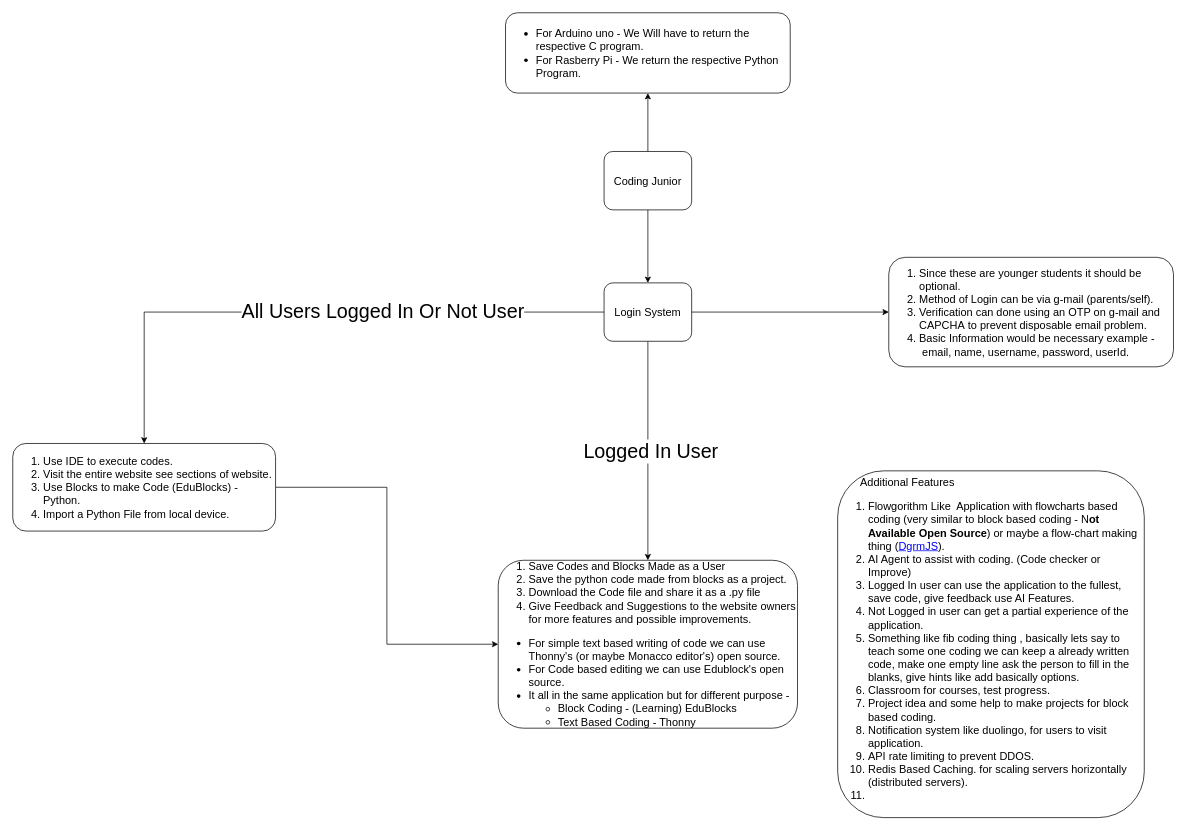
Before: Untitled Diagram.drawio in MishraShardendu22-CP/Draw.io-ShardenduMishra, a draw.io diagram. Source tidied: cells renumbered, new cells numbered last; positions are measured from the earlier drawing's top-left corner, leaving out a move shared by most shapes. Both pictures are drawn from the tidied source at 73%, with x=0, y=0 at pixel (12, 12).
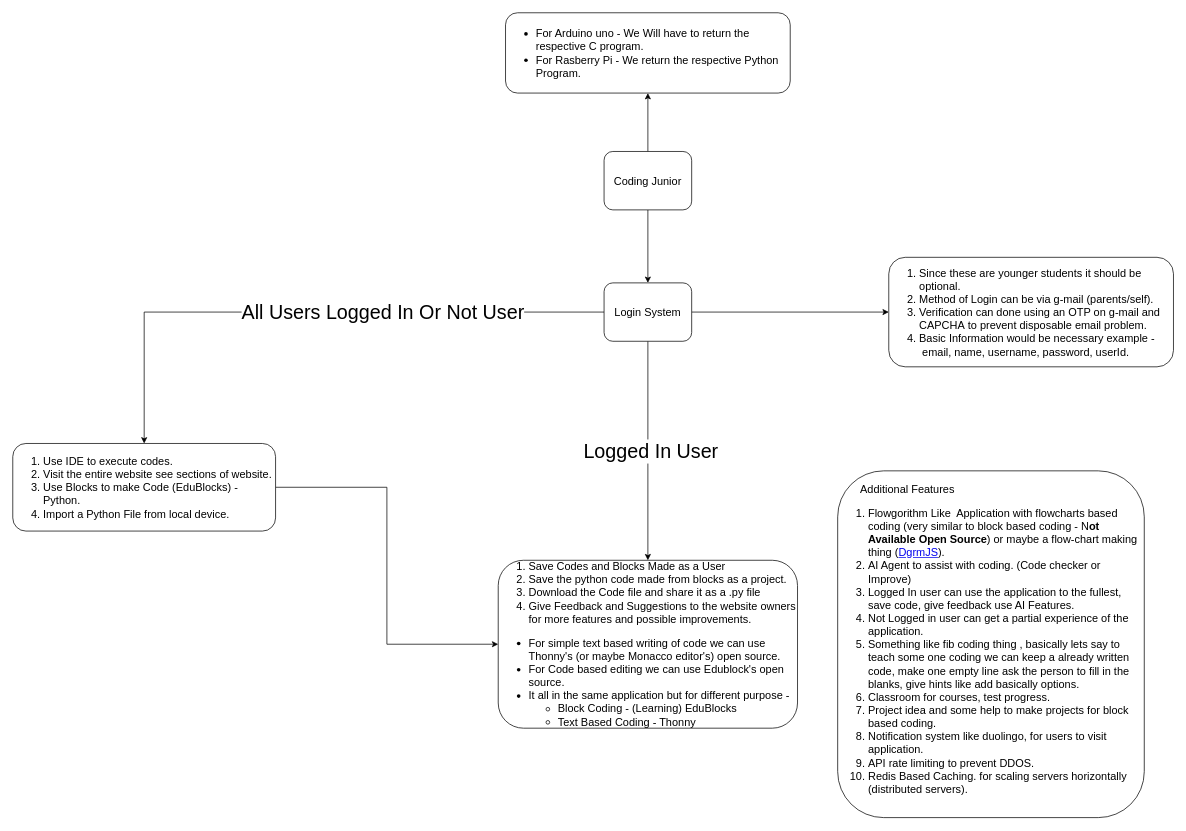
Above is the later version.

The edit, as a diff of the source:
```diff
@@
 <mxGraphModel>
   <root>
     <mxCell id="0" />
     <mxCell id="1" parent="0" />
     <mxCell id="2" style="edgeStyle=orthogonalEdgeStyle;rounded=0;jettySize=auto;html=1;" parent="1" edge="1" source="4" target="10">
       <mxGeometry relative="1" as="geometry" />
     </mxCell>
     <mxCell id="3" style="edgeStyle=orthogonalEdgeStyle;rounded=0;jettySize=auto;html=1;" parent="1" edge="1" source="4" target="15">
       <mxGeometry relative="1" as="geometry" />
     </mxCell>
     <mxCell id="4" value="Coding Junior" style="rounded=1;whiteSpace=wrap;html=1;fontSize=15;" parent="1" vertex="1">
       <mxGeometry x="810" y="190" width="120" height="80" as="geometry" />
     </mxCell>
     <mxCell id="5" style="edgeStyle=orthogonalEdgeStyle;rounded=0;jettySize=auto;html=1;" parent="1" edge="1" source="10" target="11">
       <mxGeometry relative="1" as="geometry" />
     </mxCell>
     <mxCell id="6" style="edgeStyle=orthogonalEdgeStyle;rounded=0;jettySize=auto;html=1;" parent="1" edge="1" source="10" target="12">
       <mxGeometry relative="1" as="geometry" />
     </mxCell>
     <mxCell id="7" value="Logged In User" style="edgeLabel;html=1;align=center;verticalAlign=middle;fontSize=27;" parent="6" vertex="1">
       <mxGeometry y="3" relative="1" as="geometry" />
     </mxCell>
     <mxCell id="8" style="edgeStyle=orthogonalEdgeStyle;rounded=0;jettySize=auto;html=1;" parent="1" edge="1" source="10" target="14">
       <mxGeometry relative="1" as="geometry" />
     </mxCell>
     <mxCell id="9" value="&lt;span style=&quot;font-size: 27px;&quot;&gt;All Users Logged In Or Not User&lt;/span&gt;" style="edgeLabel;html=1;align=center;verticalAlign=middle;" parent="8" vertex="1">
-      <mxGeometry x="-0.25" y="-1" relative="1" as="geometry" />
+      <mxGeometry x="-0.25" y="-1" relative="1" as="geometry">
+        <mxPoint y="1" as="offset" />
+      </mxGeometry>
     </mxCell>
     <mxCell id="10" value="Login System" style="rounded=1;whiteSpace=wrap;html=1;fontSize=15;" parent="1" vertex="1">
       <mxGeometry x="810" y="370" width="120" height="80" as="geometry" />
     </mxCell>
     <mxCell id="11" value="&lt;ol&gt;&lt;li&gt;Since these are younger students it should be optional.&lt;/li&gt;&lt;li&gt;Method of Login can be via g-mail (parents/self).&lt;/li&gt;&lt;li&gt;Verification can done using an OTP on g-mail and CAPCHA&lt;span style=&quot;text-align: center; background-color: transparent; color: light-dark(rgb(0, 0, 0), rgb(255, 255, 255));&quot;&gt;&amp;nbsp;to prevent disposable email problem.&lt;/span&gt;&lt;/li&gt;&lt;li&gt;&lt;span style=&quot;text-align: center; background-color: transparent; color: light-dark(rgb(0, 0, 0), rgb(255, 255, 255));&quot;&gt;Basic Information would be necessary example -&amp;nbsp; &amp;nbsp; &amp;nbsp;email, name, username, password, userId.&lt;/span&gt;&lt;/li&gt;&lt;/ol&gt;" style="rounded=1;whiteSpace=wrap;html=1;fontSize=15;align=left;" parent="1" vertex="1">
       <mxGeometry x="1200" y="335" width="390" height="150" as="geometry" />
     </mxCell>
     <mxCell id="12" value="&lt;ol&gt;&lt;li&gt;Save Codes and Blocks Made as a User&amp;nbsp;&lt;/li&gt;&lt;li&gt;Save the python code made from blocks as a project.&lt;/li&gt;&lt;li&gt;Download the Code file and share it as a .py file&lt;/li&gt;&lt;li&gt;Give Feedback and Suggestions to the website owners for more features and possible improvements.&lt;/li&gt;&lt;/ol&gt;&lt;div&gt;&lt;ul&gt;&lt;li&gt;For simple text based writing of code we can use Thonny's (or maybe Monacco editor's)&amp;nbsp;open source.&lt;/li&gt;&lt;li&gt;For Code based editing we can use Edublock's open source.&lt;/li&gt;&lt;li&gt;It all in the same application but for different purpose -&amp;nbsp;&lt;/li&gt;&lt;ul&gt;&lt;li&gt;Block Coding - (Learning) EduBlocks&lt;/li&gt;&lt;li&gt;Text Based Coding - Thonny&amp;nbsp;&lt;/li&gt;&lt;/ul&gt;&lt;/ul&gt;&lt;/div&gt;" style="whiteSpace=wrap;html=1;fontSize=15;rounded=1;align=left;" parent="1" vertex="1">
       <mxGeometry x="665" y="750" width="410" height="230" as="geometry" />
     </mxCell>
     <mxCell id="13" style="edgeStyle=orthogonalEdgeStyle;rounded=0;jettySize=auto;html=1;entryX=0;entryY=0.5;entryDx=0;entryDy=0;" parent="1" edge="1" source="14" target="12">
       <mxGeometry relative="1" as="geometry" />
     </mxCell>
     <mxCell id="14" value="&lt;ol&gt;&lt;li&gt;Use IDE to execute codes.&lt;/li&gt;&lt;li&gt;Visit the entire website see sections of website.&lt;/li&gt;&lt;li&gt;Use Blocks to make Code (EduBlocks) - Python.&lt;/li&gt;&lt;li&gt;Import a Python File from local device.&lt;/li&gt;&lt;/ol&gt;" style="whiteSpace=wrap;html=1;fontSize=15;rounded=1;align=left;" parent="1" vertex="1">
       <mxGeometry y="590" width="360" height="120" as="geometry" />
     </mxCell>
     <mxCell id="15" value="&lt;ul&gt;&lt;li&gt;For Arduino uno -&amp;nbsp;&lt;span style=&quot;background-color: transparent; color: light-dark(rgb(0, 0, 0), rgb(255, 255, 255));&quot;&gt;We Will have to return the respective C program.&lt;/span&gt;&lt;/li&gt;&lt;li&gt;&lt;span style=&quot;background-color: transparent; color: light-dark(rgb(0, 0, 0), rgb(255, 255, 255));&quot;&gt;For Rasberry Pi - We return the respective Python Program.&amp;nbsp;&lt;/span&gt;&lt;/li&gt;&lt;/ul&gt;" style="rounded=1;whiteSpace=wrap;html=1;fontSize=15;align=left;" parent="1" vertex="1">
       <mxGeometry x="675" width="390" height="110" as="geometry" />
     </mxCell>
-    <mxCell id="16" value="&lt;div&gt;&amp;nbsp; &amp;nbsp; &amp;nbsp; &amp;nbsp;Additional Features&amp;nbsp;&lt;/div&gt;&lt;div&gt;&lt;ol&gt;&lt;li&gt;Flowgorithm Like&amp;nbsp; Application with flowcharts based coding (very similar to block based coding - N&lt;b&gt;ot Available Open Source&lt;/b&gt;) or maybe a flow-chart making thing (&lt;a href=&quot;https://github.com/AlexeyBoiko/DgrmJS&quot;&gt;DgrmJS&lt;/a&gt;).&amp;nbsp;&amp;nbsp;&lt;/li&gt;&lt;li&gt;AI Agent to assist with coding. (Code checker or Improve)&lt;/li&gt;&lt;li&gt;Logged In user can use the application to the fullest, save code, give feedback use AI Features.&lt;/li&gt;&lt;li&gt;Not Logged in user can get a partial experience of the application.&amp;nbsp;&lt;/li&gt;&lt;li&gt;Something like fib coding thing , basically lets say to teach some one coding we can keep a already written code, make one empty line ask the person to fill in the blanks, give hints like add basically options.&lt;/li&gt;&lt;li&gt;Classroom for courses, test progress.&lt;/li&gt;&lt;li&gt;Project idea and some help to make projects for block based coding.&lt;/li&gt;&lt;li&gt;Notification system like duolingo, for users to visit application.&lt;/li&gt;&lt;li&gt;API rate limiting to prevent DDOS.&lt;/li&gt;&lt;li&gt;Redis Based Caching. for scaling servers horizontally (distributed servers).&lt;/li&gt;&lt;li&gt;&lt;br&gt;&lt;/li&gt;&lt;/ol&gt;&lt;/div&gt;" style="whiteSpace=wrap;html=1;fontSize=15;rounded=1;align=left;" parent="1" vertex="1">
+    <mxCell id="16" value="&lt;div&gt;&amp;nbsp; &amp;nbsp; &amp;nbsp; &amp;nbsp;Additional Features&amp;nbsp;&lt;/div&gt;&lt;div&gt;&lt;ol&gt;&lt;li&gt;Flowgorithm Like&amp;nbsp; Application with flowcharts based coding (very similar to block based coding - N&lt;b&gt;ot Available Open Source&lt;/b&gt;) or maybe a flow-chart making thing (&lt;a href=&quot;https://github.com/AlexeyBoiko/DgrmJS&quot;&gt;DgrmJS&lt;/a&gt;).&amp;nbsp;&amp;nbsp;&lt;/li&gt;&lt;li&gt;AI Agent to assist with coding. (Code checker or Improve)&lt;/li&gt;&lt;li&gt;Logged In user can use the application to the fullest, save code, give feedback use AI Features.&lt;/li&gt;&lt;li&gt;Not Logged in user can get a partial experience of the application.&amp;nbsp;&lt;/li&gt;&lt;li&gt;Something like fib coding thing , basically lets say to teach some one coding we can keep a already written code, make one empty line ask the person to fill in the blanks, give hints like add basically options.&lt;/li&gt;&lt;li&gt;Classroom for courses, test progress.&lt;/li&gt;&lt;li&gt;Project idea and some help to make projects for block based coding.&lt;/li&gt;&lt;li&gt;Notification system like duolingo, for users to visit application.&lt;/li&gt;&lt;li&gt;API rate limiting to prevent DDOS.&lt;/li&gt;&lt;li&gt;Redis Based Caching. for scaling servers horizontally (distributed servers).&lt;/li&gt;&lt;/ol&gt;&lt;/div&gt;" style="whiteSpace=wrap;html=1;fontSize=15;rounded=1;align=left;" parent="1" vertex="1">
       <mxGeometry x="1130" y="627.5" width="420" height="475" as="geometry" />
     </mxCell>
   </root>
 </mxGraphModel>
```
